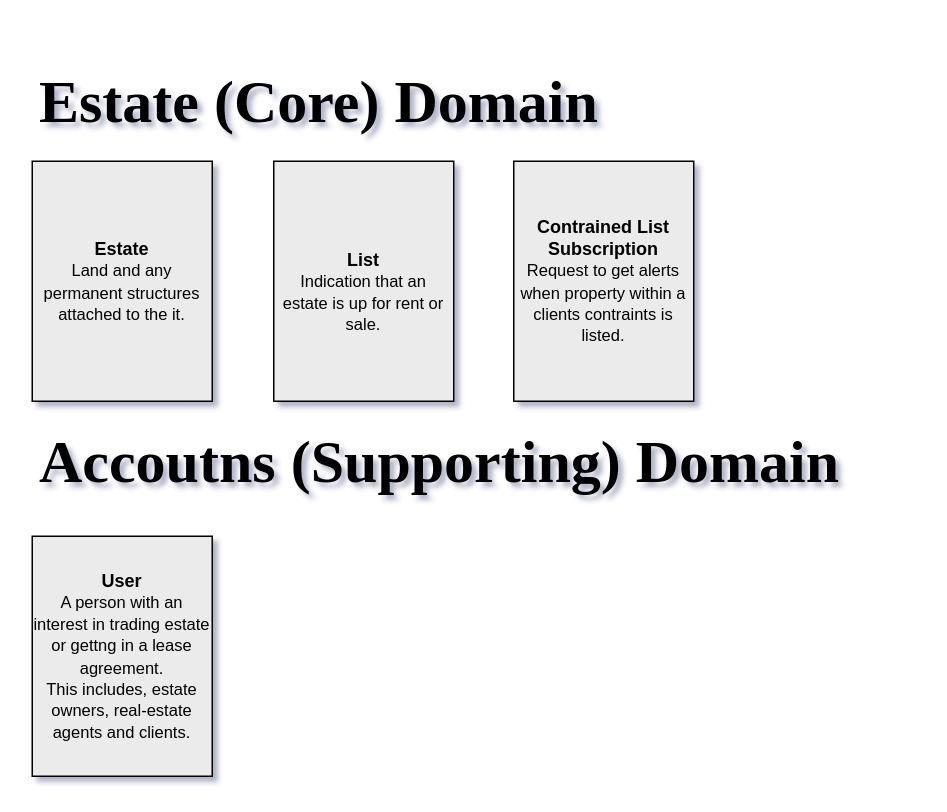
Earlier version of the draw.io diagram docs/diagrams/ubiquitous-language.drawio (michael-codesjs/neumba). Source tidied: cells renumbered, new cells numbered last; positions are measured from the earlier drawing's top-left corner, leaving out a move shared by most shapes. Both pictures are drawn from the tidied source at 150%, with x=0, y=0 at pixel (32, 40).
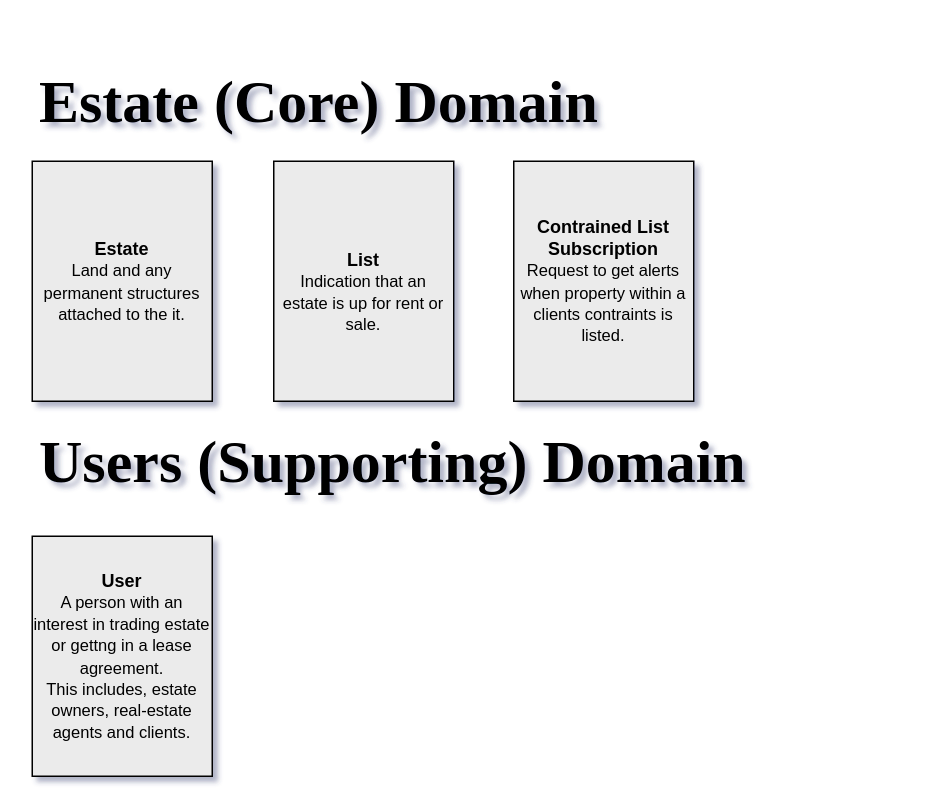
The same page after the edit.

Commit message (it also covers changes not shown here):
fix(domain/estate): estate service

Diff of the diagram source:
```diff
@@
 <mxGraphModel shadow="1">
   <root>
     <mxCell id="0" />
     <mxCell id="1" parent="0" />
     <mxCell id="2" value="&lt;h3&gt;&lt;/h3&gt;&lt;font style=&quot;&quot;&gt;&lt;b&gt;List&lt;br&gt;&lt;/b&gt;&lt;/font&gt;&lt;span style=&quot;font-size: 11px;&quot;&gt;&amp;nbsp;Indication that an&amp;nbsp; estate is up for rent or sale.&lt;/span&gt;" style="rounded=0;whiteSpace=wrap;html=1;align=center;fillColor=#EBEBEB;" parent="1" vertex="1">
       <mxGeometry x="161" y="80" width="120" height="160" as="geometry" />
     </mxCell>
     <mxCell id="3" value="&lt;font style=&quot;&quot;&gt;&lt;b&gt;Estate&lt;br&gt;&lt;/b&gt;&lt;/font&gt;&lt;font style=&quot;font-size: 11px;&quot;&gt;Land and any permanent structures attached to the it.&lt;/font&gt;" style="rounded=0;whiteSpace=wrap;html=1;fillColor=#EBEBEB;align=center;" parent="1" vertex="1">
       <mxGeometry y="80" width="120" height="160" as="geometry" />
     </mxCell>
     <mxCell id="4" value="&lt;font style=&quot;&quot;&gt;&lt;b&gt;Contrained List Subscription&lt;br&gt;&lt;/b&gt;&lt;/font&gt;&lt;font style=&quot;font-size: 11px;&quot;&gt;Request to get alerts when property within a clients contraints is listed.&lt;/font&gt;" style="rounded=0;whiteSpace=wrap;html=1;fillColor=#EBEBEB;" parent="1" vertex="1">
       <mxGeometry x="321" y="80" width="120" height="160" as="geometry" />
     </mxCell>
     <mxCell id="5" value="&lt;b&gt;User&lt;br&gt;&lt;/b&gt;&lt;span style=&quot;font-size: 11px;&quot;&gt;A person with an interest in trading estate or gettng in a lease agreement.&lt;br&gt;This includes, estate owners, real-estate agents and clients.&lt;br&gt;&lt;/span&gt;" style="rounded=0;whiteSpace=wrap;html=1;fillColor=#EBEBEB;" parent="1" vertex="1">
       <mxGeometry y="330" width="120" height="160" as="geometry" />
     </mxCell>
     <mxCell id="6" value="&lt;h1&gt;&lt;font face=&quot;Garamond&quot;&gt;Estate (Core) Domain&lt;/font&gt;&lt;/h1&gt;" style="text;html=1;strokeColor=none;fillColor=none;spacing=5;spacingTop=-20;whiteSpace=wrap;overflow=hidden;rounded=0;fontSize=20;fontFamily=Architects Daughter;perimeterSpacing=0;glass=0;shadow=0;" parent="1" vertex="1">
       <mxGeometry width="481" height="80" as="geometry" />
     </mxCell>
-    <mxCell id="7" value="&lt;h1&gt;&lt;font face=&quot;Garamond&quot;&gt;Accoutns (Supporting) Domain&lt;/font&gt;&lt;/h1&gt;" style="text;html=1;strokeColor=none;fillColor=none;spacing=5;spacingTop=-20;whiteSpace=wrap;overflow=hidden;rounded=1;fontSize=20;fontFamily=Architects Daughter;perimeterSpacing=0;glass=1;shadow=1;" parent="1" vertex="1">
+    <mxCell id="7" value="&lt;h1&gt;&lt;font face=&quot;Garamond&quot;&gt;Users (Supporting) Domain&lt;/font&gt;&lt;/h1&gt;" style="text;html=1;strokeColor=none;fillColor=none;spacing=5;spacingTop=-20;whiteSpace=wrap;overflow=hidden;rounded=1;fontSize=20;fontFamily=Architects Daughter;perimeterSpacing=0;glass=1;shadow=1;" parent="1" vertex="1">
       <mxGeometry y="240" width="581" height="80" as="geometry" />
     </mxCell>
   </root>
 </mxGraphModel>
```
